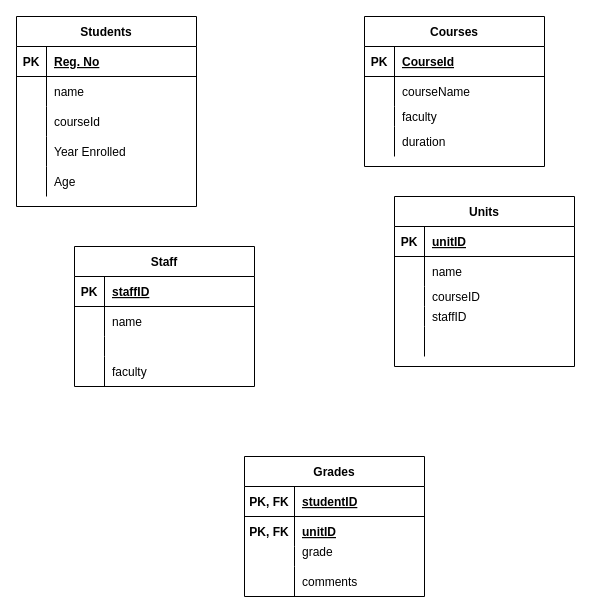
The draw.io diagram Untitled Diagram.drawio in Iguta/Iguta, before the edit. Source tidied: cells renumbered, new cells numbered last; positions are measured from the earlier drawing's top-left corner, leaving out a move shared by most shapes. Both pictures are drawn from the tidied source at 100%, with x=0, y=0 at pixel (16, 16).
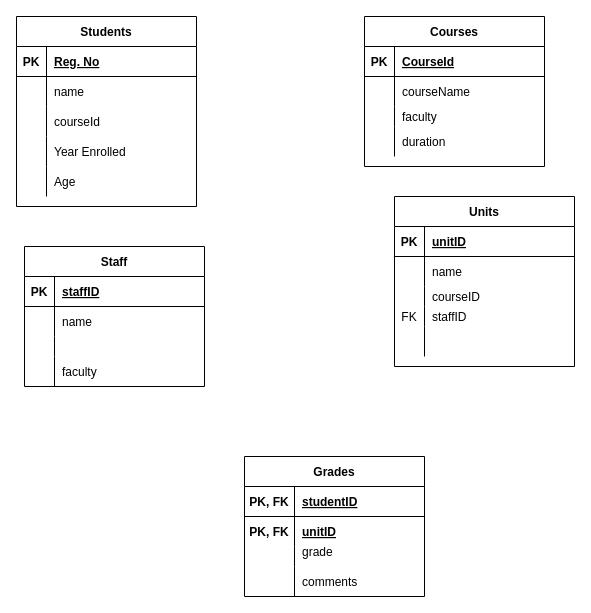
The same diagram, later.

The change refers to these unchanged cells:
```xml
<mxCell id="54" style="shape=tableRow;horizontal=0;startSize=0;swimlaneHead=0;swimlaneBody=0;fillColor=none;top=0;left=0;right=0;bottom=0;" parent="44" vertex="1">
  <mxGeometry y="110" width="180" height="20" as="geometry" />
</mxCell>
```

Diff of the diagram source:
```diff
@@
     <mxCell id="31" value="Staff" style="shape=table;startSize=30;childLayout=tableLayout;rowLines=0;fontStyle=1;align=center;" parent="1" vertex="1">
-      <mxGeometry x="58" y="230" width="180" height="140" as="geometry" />
+      <mxGeometry x="8" y="230" width="180" height="140" as="geometry" />
     </mxCell>
@@
-    <mxCell id="55" style="shape=partialRectangle;fillColor=none;top=0;left=0;bottom=0;right=0;overflow=hidden;" parent="54" vertex="1">
+    <mxCell id="55" value="FK" style="shape=partialRectangle;fillColor=none;top=0;left=0;bottom=0;right=0;overflow=hidden;" parent="54" vertex="1">
       <mxGeometry width="30" height="20" as="geometry" />
     </mxCell>
```
